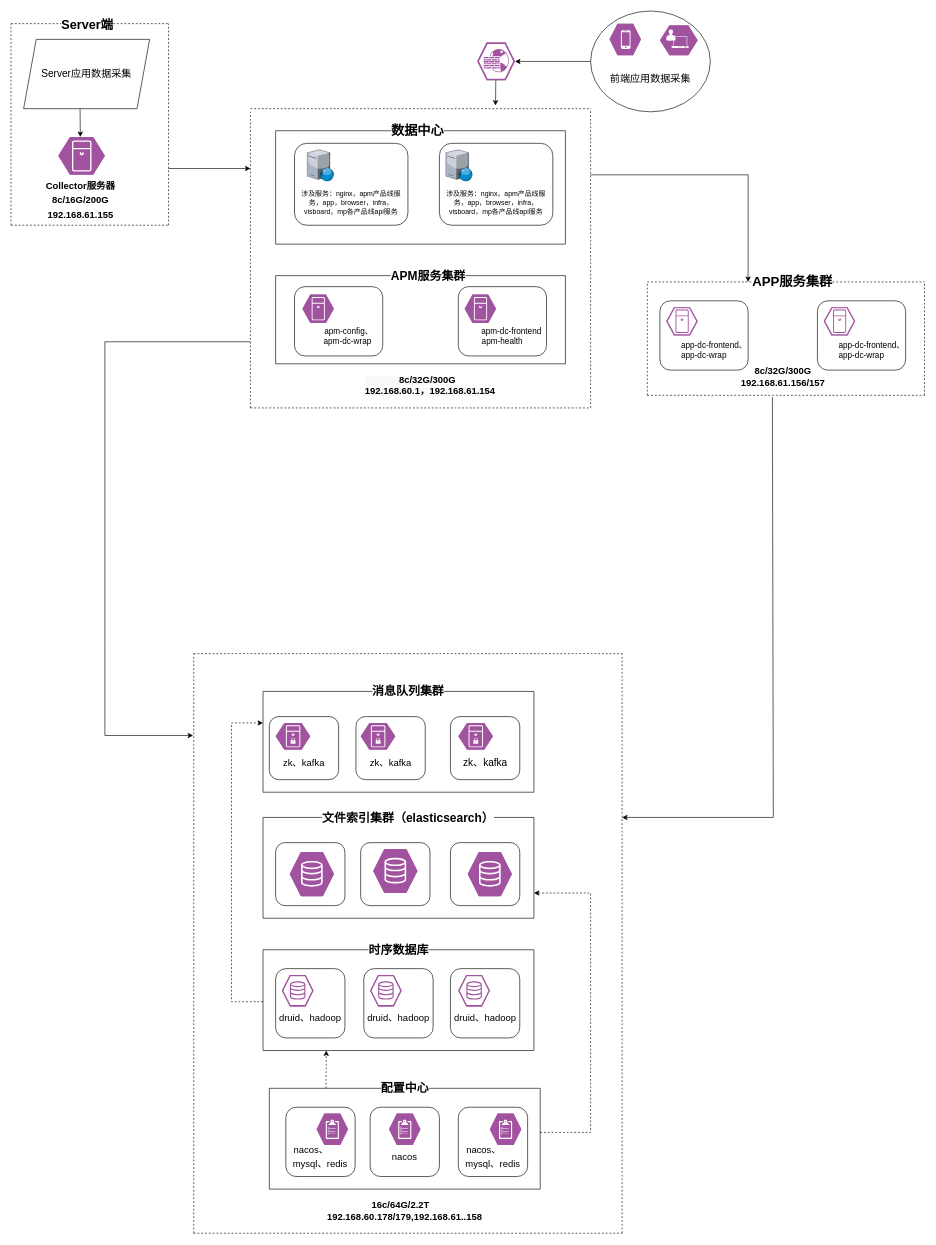
The draw.io diagram 联合利华.drawio in zeng0550/free-programming-books, before the edit. Source tidied: cells renumbered, new cells numbered last; positions are measured from the earlier drawing's top-left corner, leaving out a move shared by most shapes. Both pictures are drawn from the tidied source at 63%, with x=0, y=0 at pixel (11, 11).
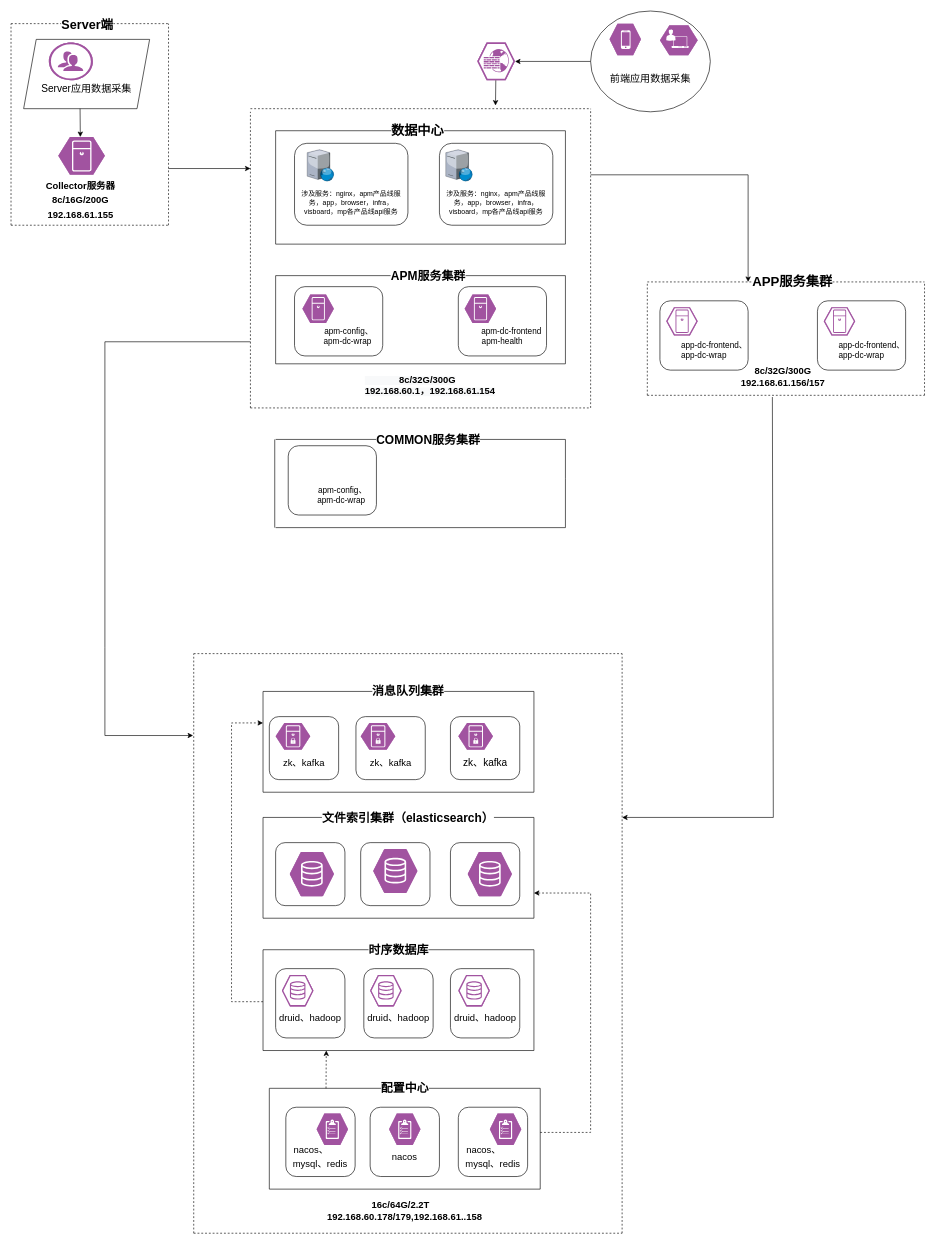
The same page after the edit.

Commit message (it also covers changes not shown here):
更新联合利华.drawio

What changed in the source:
```diff
@@
-    <mxCell id="12" value="&lt;font style=&quot;font-size: 16px;&quot;&gt;Server应用数据采集&lt;/font&gt;" style="shape=parallelogram;perimeter=parallelogramPerimeter;whiteSpace=wrap;html=1;fixedSize=1;fontSize=19;" parent="1" vertex="1">
+    <mxCell id="12" value="&lt;font style=&quot;font-size: 16px;&quot;&gt;&lt;br&gt;&lt;br&gt;Server应用数据采集&lt;/font&gt;" style="shape=parallelogram;perimeter=parallelogramPerimeter;whiteSpace=wrap;html=1;fixedSize=1;fontSize=19;" parent="1" vertex="1">
       <mxGeometry x="20" y="45" width="200" height="110" as="geometry" />
     </mxCell>
@@
+    <mxCell id="106" style="endArrow=none;html=1;rounded=0;fontSize=11;strokeColor=default;" parent="1" edge="1">
+      <mxGeometry relative="1" as="geometry">
+        <mxPoint x="420" y="680" as="sourcePoint" />
+        <mxPoint x="880" y="680" as="targetPoint" />
+      </mxGeometry>
+    </mxCell>
+    <mxCell id="107" value="COMMON服务集群" style="edgeLabel;html=1;align=center;verticalAlign=middle;fontSize=19;fontStyle=1;" parent="106" vertex="1">
+      <mxGeometry x="-0.05" y="-2" relative="1" as="geometry">
+        <mxPoint x="22" y="-2" as="offset" />
+      </mxGeometry>
+    </mxCell>
+    <mxCell id="108" style="endArrow=none;html=1;rounded=0;fontSize=11;" parent="1" edge="1">
+      <mxGeometry relative="1" as="geometry">
+        <mxPoint x="420" y="820" as="sourcePoint" />
+        <mxPoint x="880" y="820" as="targetPoint" />
+      </mxGeometry>
+    </mxCell>
+    <mxCell id="109" style="endArrow=none;html=1;rounded=0;fontSize=11;" parent="1" edge="1">
+      <mxGeometry relative="1" as="geometry">
+        <mxPoint x="418.6" y="820" as="sourcePoint" />
+        <mxPoint x="418.6" y="680" as="targetPoint" />
+      </mxGeometry>
+    </mxCell>
+    <mxCell id="110" style="endArrow=none;html=1;rounded=0;fontSize=11;" parent="1" edge="1">
+      <mxGeometry relative="1" as="geometry">
+        <mxPoint x="880" y="820" as="sourcePoint" />
+        <mxPoint x="880" y="680" as="targetPoint" />
+        <Array as="points">
+          <mxPoint x="880" y="742.5" />
+        </Array>
+      </mxGeometry>
+    </mxCell>
+    <mxCell id="111" value="&lt;font style=&quot;font-size: 13px;&quot;&gt;&amp;nbsp; &amp;nbsp; &amp;nbsp;&lt;br&gt;&lt;br&gt;&amp;nbsp; &amp;nbsp; &amp;nbsp; &lt;br&gt;&amp;nbsp; &amp;nbsp; &amp;nbsp; &amp;nbsp; &amp;nbsp;apm-config、&lt;br&gt;&amp;nbsp; &amp;nbsp; &amp;nbsp; &amp;nbsp; apm-dc-wrap&lt;/font&gt;" style="rounded=1;whiteSpace=wrap;html=1;" parent="1" vertex="1">
+      <mxGeometry x="440" y="690" width="140" height="110" as="geometry" />
+    </mxCell>
+    <mxCell id="112" value="&lt;br&gt;" style="verticalLabelPosition=bottom;sketch=0;html=1;fillColor=#A153A0;strokeColor=#ffffff;verticalAlign=top;align=center;shape=mxgraph.cisco_safe.compositeIcon;bgIcon=ellipse;resIcon=mxgraph.cisco_safe.design.users;fontSize=15;" parent="1" vertex="1">
+      <mxGeometry x="60" y="50" width="70" height="60" as="geometry" />
+    </mxCell>
```
